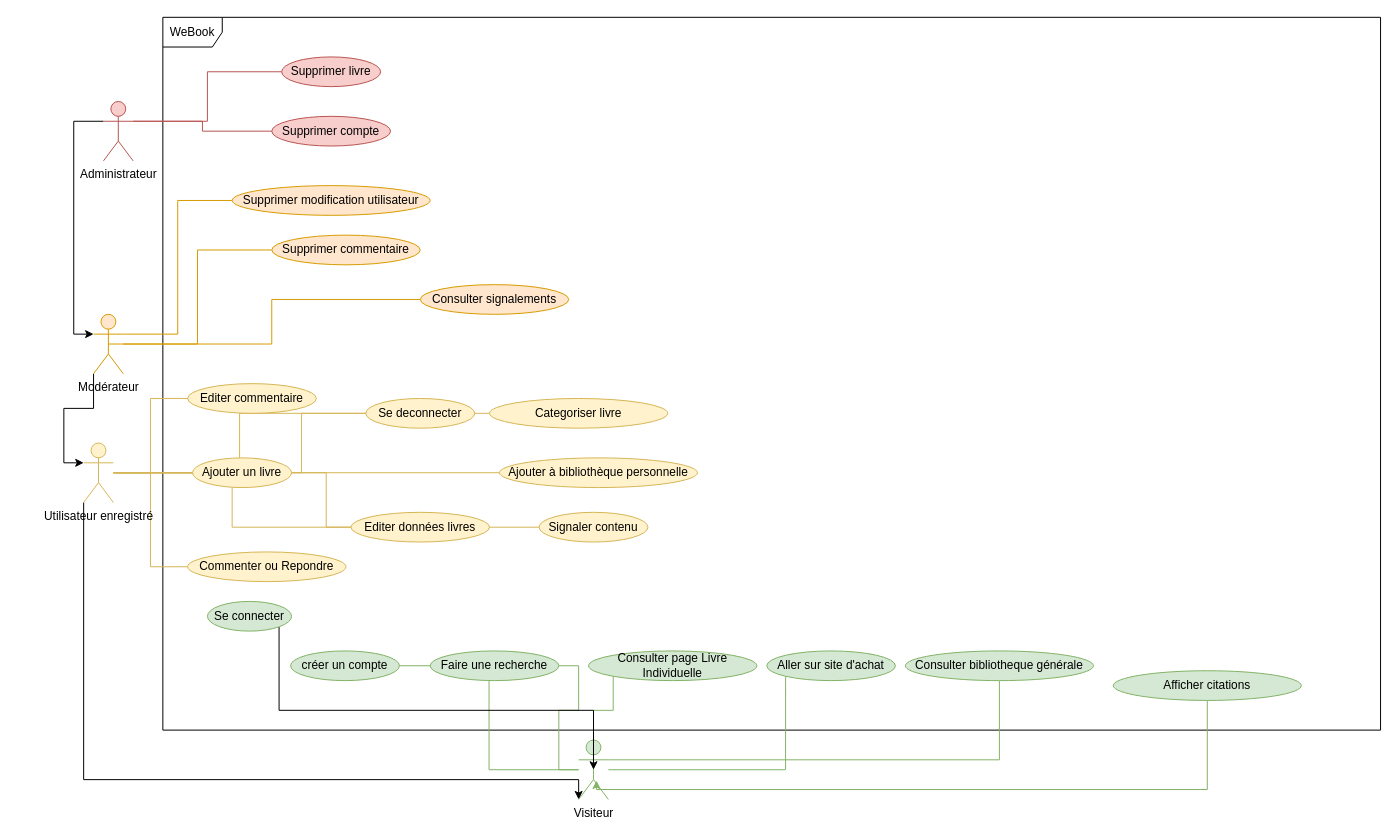
This is page "useCases" (1 of 7) of DrawWeBook.drawio from caminomenorca/Projet-bibliotheque-poec, a draw.io file, before an edit. Source tidied: cells renumbered, new cells numbered last; positions are measured from the earlier drawing's top-left corner, leaving out a move shared by most shapes. Both pictures are drawn from the tidied source at 99%, with x=0, y=0 at pixel (83, 17).
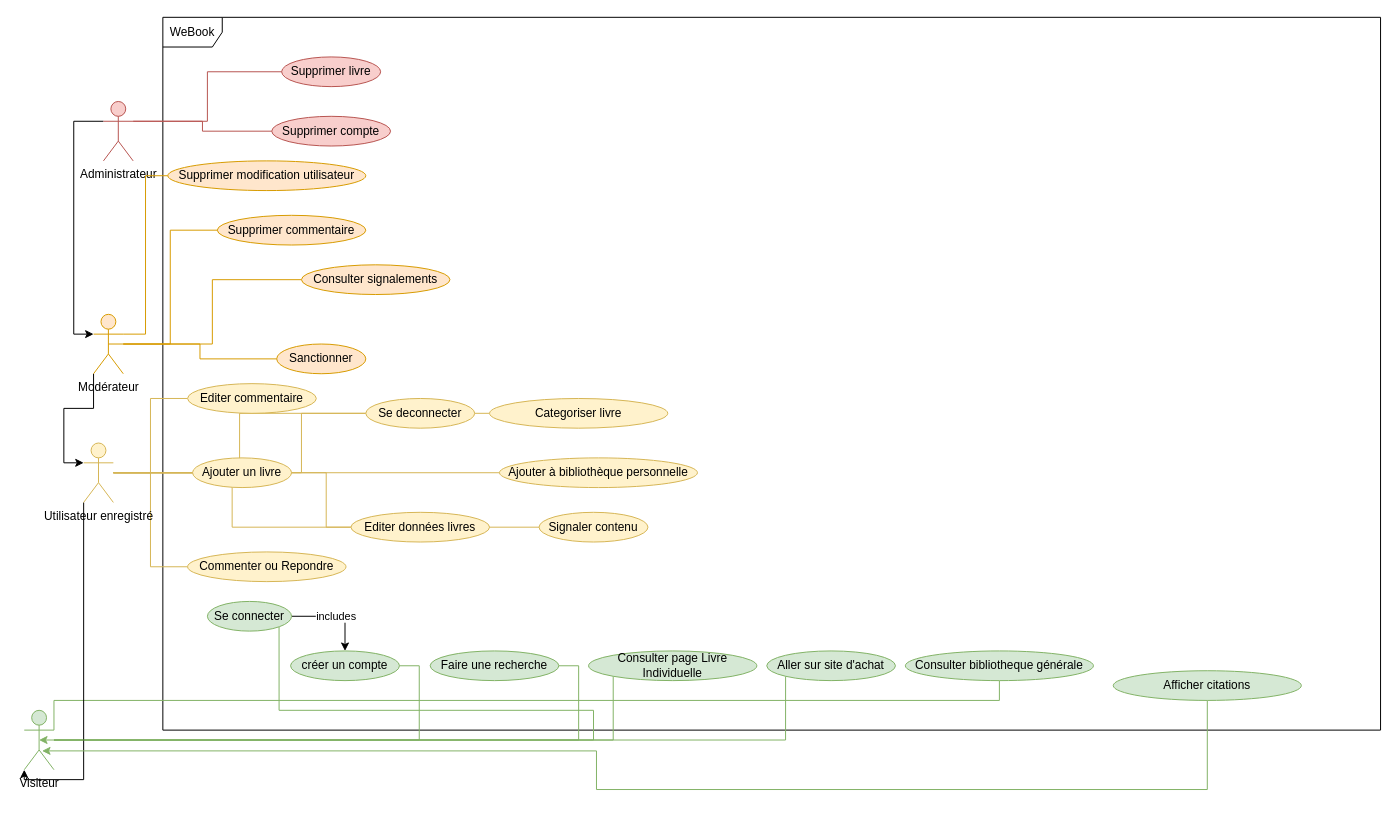
After the change.

The change refers to these unchanged cells:
```xml
<mxCell id="18" value="&lt;div&gt;Utilisateur enregistré&lt;/div&gt;&lt;div&gt;&lt;br&gt;&lt;/div&gt;" style="shape=umlActor;verticalLabelPosition=bottom;verticalAlign=top;html=1;fillColor=#fff2cc;strokeColor=#d6b656;" parent="1" vertex="1">
  <mxGeometry y="430" width="30" height="60" as="geometry" />
</mxCell>
<mxCell id="25" value="Modérateur" style="shape=umlActor;verticalLabelPosition=bottom;verticalAlign=top;html=1;fillColor=#ffe6cc;strokeColor=#d79b00;" parent="1" vertex="1">
  <mxGeometry x="10" y="300" width="30" height="60" as="geometry" />
</mxCell>
<mxCell id="29" value="&lt;div&gt;Consulter bibliotheque générale&lt;/div&gt;" style="ellipse;whiteSpace=wrap;html=1;fillColor=#d5e8d4;strokeColor=#82b366;" parent="1" vertex="1">
  <mxGeometry x="830" y="640" width="190" height="30" as="geometry" />
</mxCell>
<mxCell id="30" value="créer un compte" style="ellipse;whiteSpace=wrap;html=1;fillColor=#d5e8d4;strokeColor=#82b366;" parent="1" vertex="1">
  <mxGeometry x="209" y="640" width="110" height="30" as="geometry" />
</mxCell>
<mxCell id="32" value="Se connecter" style="ellipse;whiteSpace=wrap;html=1;fillColor=#d5e8d4;strokeColor=#82b366;" parent="1" vertex="1">
  <mxGeometry x="125" y="590" width="85" height="30" as="geometry" />
</mxCell>
```

Change to the diagram source:
```diff
@@
     <mxCell id="3" style="edgeStyle=orthogonalEdgeStyle;rounded=0;jettySize=auto;html=1;exitX=1;exitY=0.3333333333333333;exitDx=0;exitDy=0;exitPerimeter=0;endArrow=none;endFill=0;fillColor=#d5e8d4;strokeColor=#82b366;" parent="1" edge="1" source="8" target="29">
-      <mxGeometry relative="1" as="geometry" />
+      <mxGeometry relative="1" as="geometry">
+        <Array as="points">
+          <mxPoint x="-30" y="690" />
+          <mxPoint x="925" y="690" />
+        </Array>
+      </mxGeometry>
     </mxCell>
@@
     <mxCell id="8" value="Visiteur" style="shape=umlActor;verticalLabelPosition=bottom;verticalAlign=top;html=1;fillColor=#d5e8d4;strokeColor=#82b366;" parent="1" vertex="1">
-      <mxGeometry x="500" y="730" width="30" height="60" as="geometry" />
+      <mxGeometry x="-60" y="700" width="30" height="60" as="geometry" />
     </mxCell>
@@
     <mxCell id="17" style="edgeStyle=orthogonalEdgeStyle;rounded=0;jettySize=auto;html=1;exitX=0;exitY=1;exitDx=0;exitDy=0;exitPerimeter=0;entryX=0;entryY=1;entryDx=0;entryDy=0;entryPerimeter=0;fontSize=12;" parent="1" edge="1" source="18" target="8">
       <mxGeometry relative="1" as="geometry">
         <Array as="points">
           <mxPoint y="770" />
-          <mxPoint x="500" y="770" />
+          <mxPoint x="-60" y="770" />
         </Array>
       </mxGeometry>
     </mxCell>
@@
-    <mxCell id="31" style="edgeStyle=orthogonalEdgeStyle;rounded=0;jettySize=auto;html=1;exitX=1;exitY=1;exitDx=0;exitDy=0;entryX=0.5;entryY=0.5;entryDx=0;entryDy=0;entryPerimeter=0;fontSize=12;" parent="1" edge="1" source="32" target="8">
+    <mxCell id="31" style="edgeStyle=orthogonalEdgeStyle;rounded=0;jettySize=auto;html=1;exitX=1;exitY=1;exitDx=0;exitDy=0;entryX=0.5;entryY=0.5;entryDx=0;entryDy=0;entryPerimeter=0;fontSize=12;fillColor=#d5e8d4;strokeColor=#82b366;" parent="1" edge="1" source="32" target="8">
       <mxGeometry relative="1" as="geometry">
         <Array as="points">
           <mxPoint x="197" y="700" />
           <mxPoint x="515" y="700" />
         </Array>
       </mxGeometry>
     </mxCell>
+    <mxCell id="50" value="includes" style="edgeStyle=orthogonalEdgeStyle;rounded=0;jettySize=auto;html=1;exitX=1;exitY=0.5;exitDx=0;exitDy=0;entryX=0.5;entryY=0;entryDx=0;entryDy=0;" parent="1" edge="1" source="32" target="30">
+      <mxGeometry relative="1" as="geometry" />
+    </mxCell>
@@
     <mxCell id="40" value="Consulter signalements" style="ellipse;whiteSpace=wrap;html=1;fillColor=#ffe6cc;strokeColor=#d79b00;" parent="1" vertex="1">
-      <mxGeometry x="340" y="270" width="150" height="30" as="geometry" />
+      <mxGeometry x="220" y="250" width="150" height="30" as="geometry" />
     </mxCell>
     <mxCell id="41" value="Supprimer modification utilisateur" style="ellipse;whiteSpace=wrap;html=1;fillColor=#ffe6cc;strokeColor=#d79b00;" parent="1" vertex="1">
-      <mxGeometry x="150" y="170" width="200" height="30" as="geometry" />
+      <mxGeometry x="85" y="145" width="200" height="30" as="geometry" />
     </mxCell>
@@
     <mxCell id="46" value="&lt;div&gt;Supprimer commentaire&lt;/div&gt;" style="ellipse;whiteSpace=wrap;html=1;fillColor=#ffe6cc;strokeColor=#d79b00;" parent="1" vertex="1">
-      <mxGeometry x="190" y="220" width="150" height="30" as="geometry" />
+      <mxGeometry x="135" y="200" width="150" height="30" as="geometry" />
     </mxCell>
@@
+    <mxCell id="51" style="edgeStyle=orthogonalEdgeStyle;rounded=0;jettySize=auto;html=1;endArrow=none;endFill=0;fillColor=#ffe6cc;strokeColor=#d79b00;" parent="1" edge="1" source="52" target="25">
+      <mxGeometry relative="1" as="geometry" />
+    </mxCell>
+    <mxCell id="52" value="Sanctionner" style="ellipse;whiteSpace=wrap;html=1;fillColor=#ffe6cc;strokeColor=#d79b00;" parent="1" vertex="1">
+      <mxGeometry x="195" y="330" width="90" height="30" as="geometry" />
+    </mxCell>
```
